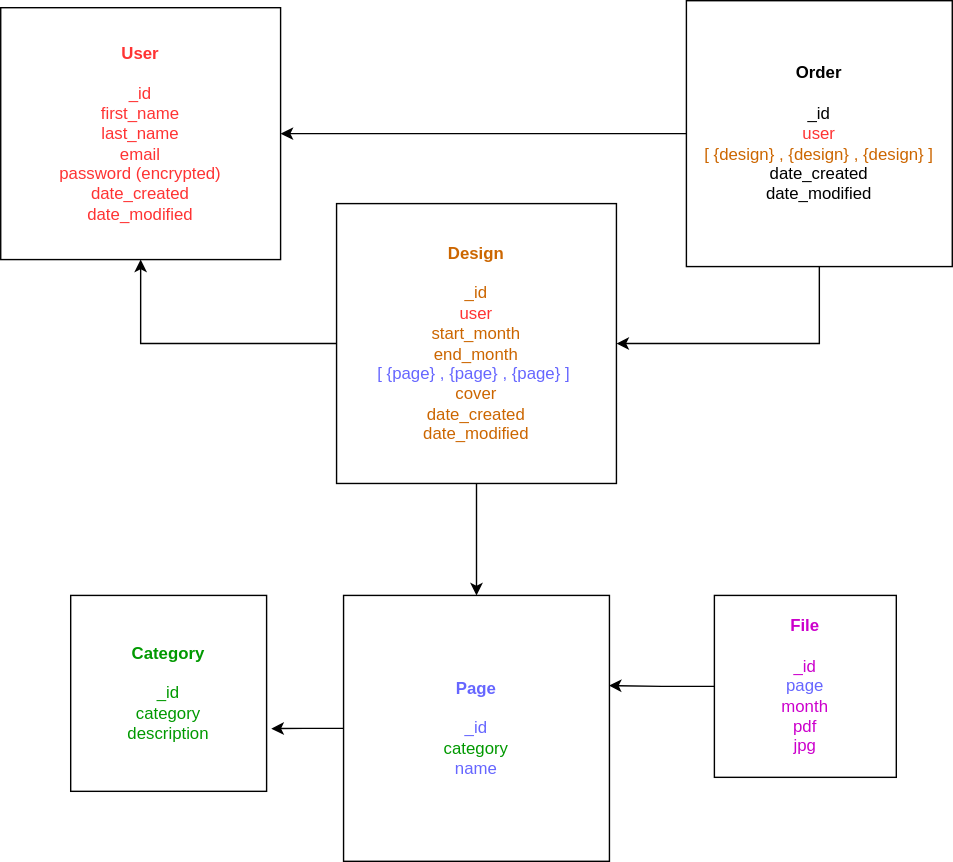
Before: assets/database-diagram.drawio.svg, a diagram exported from draw.io (katyjmt/ps-lite). Source tidied: cells renumbered, new cells last; positions are measured from the earlier drawing's top-left corner, leaving out a move shared by most shapes.
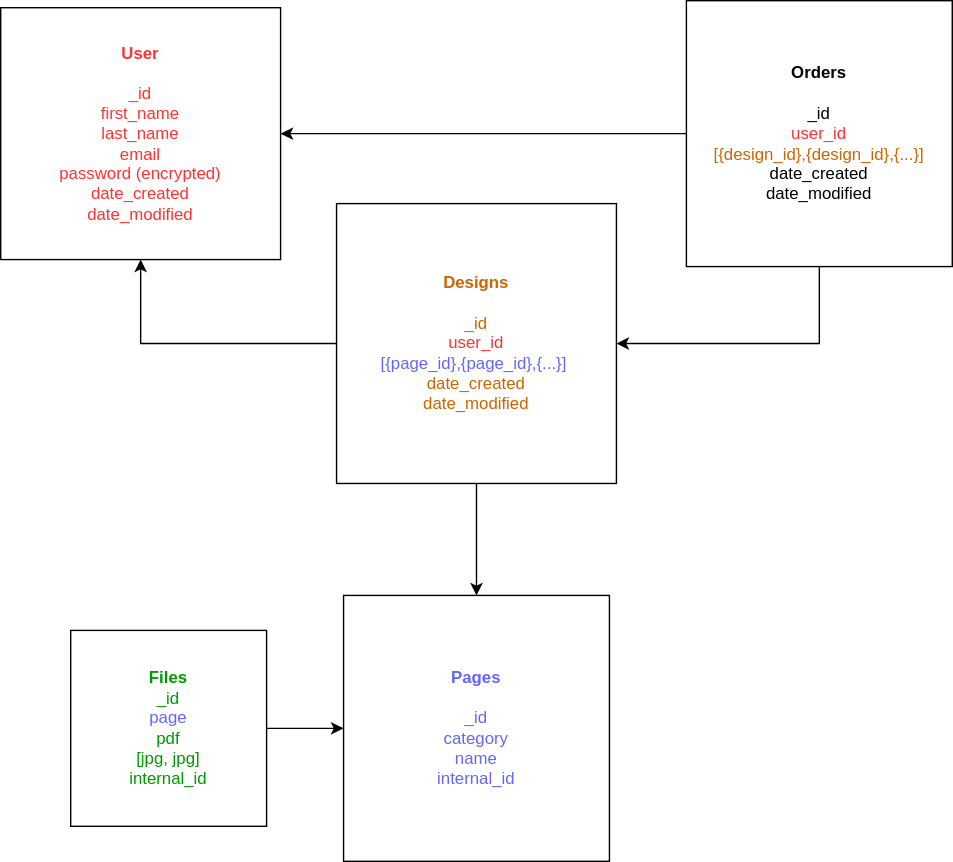
Later version of the same file.

What changed in the source:
```diff
@@ -11,7 +11,7 @@
     <mxCell id="4" style="edgeStyle=orthogonalEdgeStyle;rounded=0;jettySize=auto;html=1;entryX=0.5;entryY=1;entryDx=0;entryDy=0;" parent="1" edge="1" source="5" target="2">
       <mxGeometry relative="1" as="geometry" />
     </mxCell>
-    <mxCell id="5" value="&lt;b&gt;&lt;font color=&quot;#cc6600&quot;&gt;Design&lt;/font&gt;&lt;br&gt;&lt;/b&gt;&lt;br&gt;&lt;font color=&quot;#cc6600&quot;&gt;_id&lt;/font&gt;&lt;br&gt;&lt;font color=&quot;#ff3333&quot;&gt;user&lt;/font&gt;&lt;br&gt;&lt;font color=&quot;#cc6600&quot;&gt;start_month&lt;br&gt;end_month&lt;/font&gt;&lt;br&gt;&lt;font style=&quot;&quot; color=&quot;#6666ff&quot;&gt;[ {page} , {page} , {page} ]&lt;b&gt;&amp;nbsp;&lt;/b&gt;&lt;br&gt;&lt;/font&gt;&lt;font color=&quot;#cc6600&quot;&gt;cover&lt;br&gt;date_created&lt;/font&gt;&lt;br&gt;&lt;font color=&quot;#cc6600&quot;&gt;date_modified&lt;/font&gt;" style="whiteSpace=wrap;html=1;" parent="1" vertex="1">
+    <mxCell id="5" value="&lt;b&gt;&lt;font color=&quot;#cc6600&quot;&gt;Designs&lt;/font&gt;&lt;br&gt;&lt;/b&gt;&lt;br&gt;&lt;font color=&quot;#cc6600&quot;&gt;_id&lt;/font&gt;&lt;br&gt;&lt;font style=&quot;&quot; color=&quot;#ff3333&quot;&gt;user_id&lt;br&gt;&lt;/font&gt;&lt;font style=&quot;&quot; color=&quot;#6666ff&quot;&gt;[{page_id},{page_id},{...}]&lt;b&gt;&amp;nbsp;&lt;/b&gt;&lt;br&gt;&lt;/font&gt;&lt;font color=&quot;#cc6600&quot;&gt;date_created&lt;/font&gt;&lt;br&gt;&lt;font color=&quot;#cc6600&quot;&gt;date_modified&lt;/font&gt;" style="whiteSpace=wrap;html=1;" parent="1" vertex="1">
       <mxGeometry x="240" y="145" width="200" height="200" as="geometry" />
     </mxCell>
     <mxCell id="6" style="edgeStyle=orthogonalEdgeStyle;rounded=0;jettySize=auto;html=1;entryX=1;entryY=0.5;entryDx=0;entryDy=0;" parent="1" edge="1" source="8" target="2">
@@ -20,23 +20,17 @@
     <mxCell id="7" style="edgeStyle=orthogonalEdgeStyle;rounded=0;jettySize=auto;html=1;exitX=0.5;exitY=1;exitDx=0;exitDy=0;entryX=1;entryY=0.5;entryDx=0;entryDy=0;" parent="1" edge="1" source="8" target="5">
       <mxGeometry relative="1" as="geometry" />
     </mxCell>
-    <mxCell id="8" value="&lt;b&gt;Order&lt;br&gt;&lt;/b&gt;&lt;br&gt;_id&lt;br&gt;&lt;font style=&quot;&quot; color=&quot;#ff3333&quot;&gt;user&lt;br&gt;&lt;/font&gt;&lt;font style=&quot;&quot; color=&quot;#cc6600&quot;&gt;[ {design} , {design} , {design} ]&lt;br&gt;&lt;/font&gt;date_created&lt;br&gt;date_modified" style="whiteSpace=wrap;html=1;" parent="1" vertex="1">
+    <mxCell id="8" value="&lt;b&gt;Orders&lt;br&gt;&lt;/b&gt;&lt;br&gt;_id&lt;br&gt;&lt;font style=&quot;&quot; color=&quot;#ff3333&quot;&gt;user_id&lt;br&gt;&lt;/font&gt;&lt;font style=&quot;&quot; color=&quot;#cc6600&quot;&gt;[{design_id},{design_id},{...}]&lt;br&gt;&lt;/font&gt;date_created&lt;br&gt;date_modified" style="whiteSpace=wrap;html=1;" parent="1" vertex="1">
       <mxGeometry x="490" width="190" height="190" as="geometry" />
     </mxCell>
-    <mxCell id="9" style="edgeStyle=orthogonalEdgeStyle;rounded=0;jettySize=auto;html=1;entryX=1.024;entryY=0.68;entryDx=0;entryDy=0;entryPerimeter=0;" parent="1" edge="1" source="10" target="11">
-      <mxGeometry relative="1" as="geometry" />
-    </mxCell>
-    <mxCell id="10" value="&lt;b style=&quot;color: rgb(102, 102, 255);&quot;&gt;Page&lt;br&gt;&lt;/b&gt;&lt;br&gt;&lt;font color=&quot;#6666ff&quot;&gt;_id&lt;/font&gt;&lt;br&gt;&lt;font color=&quot;#009900&quot;&gt;category&lt;br&gt;&lt;/font&gt;&lt;font color=&quot;#6666ff&quot;&gt;name&lt;/font&gt;&lt;font color=&quot;#6666ff&quot;&gt;&lt;br&gt;&lt;/font&gt;" style="whiteSpace=wrap;html=1;" parent="1" vertex="1">
+    <mxCell id="10" value="&lt;b style=&quot;color: rgb(102, 102, 255);&quot;&gt;Pages&lt;br&gt;&lt;/b&gt;&lt;br&gt;&lt;font color=&quot;#6666ff&quot;&gt;_id&lt;/font&gt;&lt;br&gt;&lt;font color=&quot;#6666ff&quot;&gt;category&lt;br&gt;name&lt;/font&gt;&lt;br&gt;&lt;font color=&quot;#6666ff&quot;&gt;internal_id&lt;/font&gt;" style="whiteSpace=wrap;html=1;" parent="1" vertex="1">
       <mxGeometry x="245" y="425" width="190" height="190" as="geometry" />
     </mxCell>
+    <mxCell id="14" style="edgeStyle=orthogonalEdgeStyle;rounded=0;jettySize=auto;html=1;" parent="1" edge="1" source="11" target="10">
+      <mxGeometry relative="1" as="geometry" />
+    </mxCell>
-    <mxCell id="11" value="&lt;font color=&quot;#009900&quot;&gt;&lt;b&gt;Category&lt;br&gt;&lt;/b&gt;&lt;br&gt;_id&lt;br&gt;category&lt;br&gt;description&lt;/font&gt;" style="whiteSpace=wrap;html=1;" parent="1" vertex="1">
-      <mxGeometry x="50" y="425" width="140" height="140" as="geometry" />
+    <mxCell id="11" value="&lt;b style=&quot;color: rgb(0, 153, 0);&quot;&gt;Files&lt;/b&gt;&lt;br&gt;&lt;font color=&quot;#009900&quot;&gt;_id&lt;/font&gt;&lt;br&gt;&lt;font color=&quot;#6666ff&quot;&gt;page&lt;br&gt;&lt;/font&gt;&lt;font color=&quot;#009900&quot;&gt;pdf&lt;br&gt;[jpg, jpg]&lt;br&gt;internal_id&lt;/font&gt;" style="whiteSpace=wrap;html=1;" parent="1" vertex="1">
+      <mxGeometry x="50" y="450" width="140" height="140" as="geometry" />
     </mxCell>
-    <mxCell id="12" style="edgeStyle=orthogonalEdgeStyle;rounded=0;jettySize=auto;html=1;entryX=0.998;entryY=0.339;entryDx=0;entryDy=0;entryPerimeter=0;" parent="1" edge="1" source="13" target="10">
-      <mxGeometry relative="1" as="geometry" />
-    </mxCell>
-    <mxCell id="13" value="&lt;b style=&quot;color: rgb(204, 0, 204);&quot;&gt;File&lt;br&gt;&lt;/b&gt;&lt;br&gt;&lt;font color=&quot;#cc00cc&quot;&gt;_id&lt;/font&gt;&lt;br&gt;&lt;font color=&quot;#6666ff&quot;&gt;page&lt;br&gt;&lt;/font&gt;&lt;font color=&quot;#cc00cc&quot;&gt;month&lt;/font&gt;&lt;br&gt;&lt;font color=&quot;#cc00cc&quot;&gt;pdf&lt;/font&gt;&lt;br&gt;&lt;font color=&quot;#cc00cc&quot;&gt;jpg&lt;/font&gt;" style="whiteSpace=wrap;html=1;" parent="1" vertex="1">
-      <mxGeometry x="510" y="425" width="130" height="130" as="geometry" />
-    </mxCell>
   </root>
 </mxGraphModel>
```
